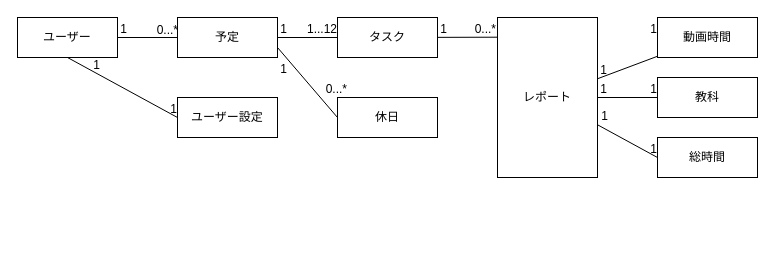
The draw.io diagram ER.dio in Cou01000111/NHSRepScheduler, before the edit. Source tidied: cells renumbered, new cells numbered last; positions are measured from the earlier drawing's top-left corner, leaving out a move shared by most shapes. Both pictures are drawn from the tidied source at 100%, with x=0, y=0 at pixel (17, 17).
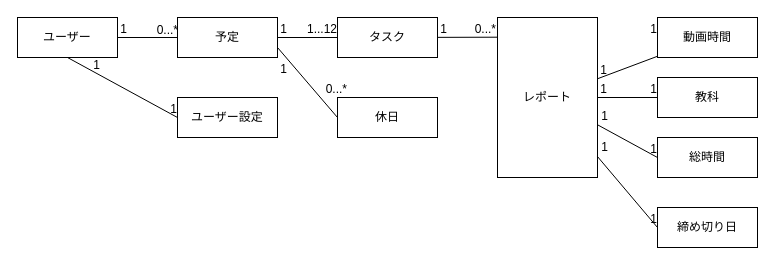
Above is the later version.

The change refers to these unchanged cells:
```xml
<mxCell id="5" value="レポート" style="whiteSpace=wrap;html=1;align=center;" parent="1" vertex="1">
  <mxGeometry x="480" width="100" height="160" as="geometry" />
</mxCell>
```

Change to the diagram source:
```diff
@@
+    <mxCell id="35" value="締め切り日" style="whiteSpace=wrap;html=1;align=center;" parent="1" vertex="1">
+      <mxGeometry x="640" y="190" width="100" height="40" as="geometry" />
+    </mxCell>
+    <mxCell id="36" style="endArrow=none;html=1;rounded=0;entryX=0;entryY=0.5;entryDx=0;entryDy=0;" parent="1" edge="1" source="5" target="35">
+      <mxGeometry relative="1" as="geometry" />
+    </mxCell>
+    <mxCell id="37" value="1" style="html=1;align=right;verticalAlign=bottom;" parent="36" vertex="1">
+      <mxGeometry x="1" relative="1" as="geometry" />
+    </mxCell>
+    <mxCell id="38" value="1" style="html=1;align=right;verticalAlign=bottom;" parent="1" vertex="1">
+      <mxGeometry x="660" y="220.1" as="geometry">
+        <mxPoint x="-69" y="-82" as="offset" />
+      </mxGeometry>
+    </mxCell>
```
